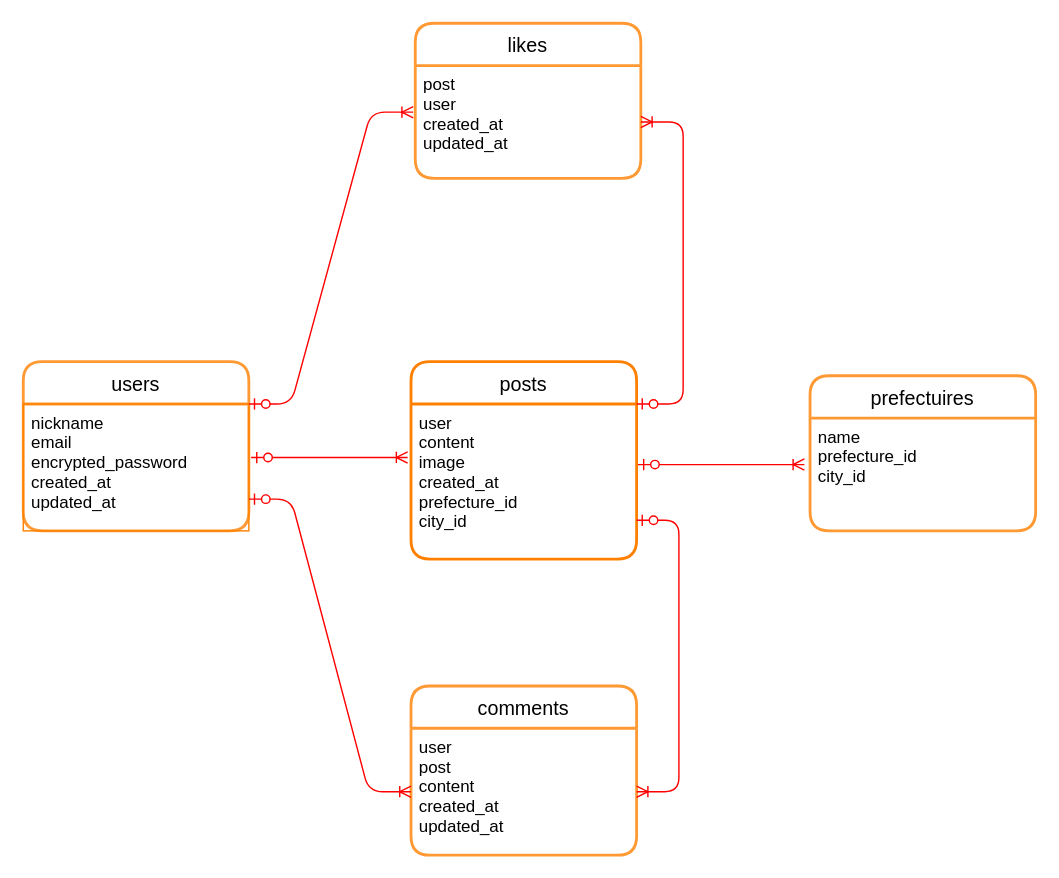
Above: making_memories.dio in Kawase-Ryo/making_memories (draw.io), before the change. Source tidied: cells renumbered, new cells numbered last; positions are measured from the earlier drawing's top-left corner, leaving out a move shared by most shapes. Both pictures are drawn from the tidied source at 141%, with x=0, y=0 at pixel (23, 23).
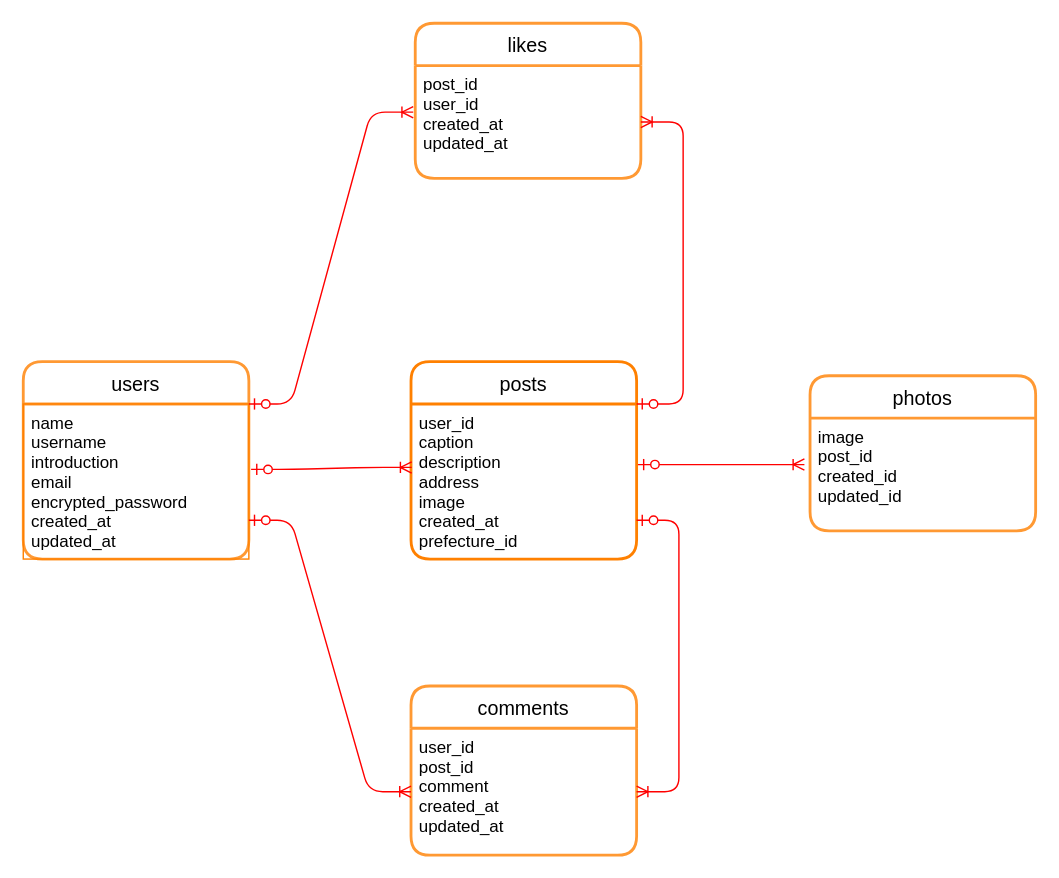
The same page after the edit.

What changed in the source:
```diff
@@
 <mxGraphModel>
   <root>
     <mxCell id="0" />
     <mxCell id="1" parent="0" />
     <mxCell id="2" value="users" style="swimlane;horizontal=1;startSize=30;rounded=1;fontSize=14;fontStyle=0;strokeWidth=2;shadow=0;dashed=0;align=center;strokeColor=#FF9933;" parent="1" vertex="1">
-      <mxGeometry y="240" width="160" height="120" as="geometry" />
+      <mxGeometry y="240" width="160" height="140" as="geometry" />
     </mxCell>
-    <mxCell id="3" value="nickname&#10;email&#10;encrypted_password&#10;created_at&#10;updated_at&#10;" style="align=left;strokeColor=#FF8000;fillColor=none;spacingLeft=4;fontSize=12;verticalAlign=top;" parent="2" vertex="1">
-      <mxGeometry y="30" width="160" height="90" as="geometry" />
+    <mxCell id="3" value="name&#10;username&#10;introduction&#10;email&#10;encrypted_password&#10;created_at&#10;updated_at&#10;" style="align=left;strokeColor=#FF8000;fillColor=none;spacingLeft=4;fontSize=12;verticalAlign=top;" parent="2" vertex="1">
+      <mxGeometry y="30" width="160" height="110" as="geometry" />
     </mxCell>
     <mxCell id="4" value="posts" style="swimlane;horizontal=1;startSize=30;rounded=1;fontSize=14;fontStyle=0;strokeWidth=2;shadow=0;dashed=0;align=center;strokeColor=#FF8000;" parent="1" vertex="1">
       <mxGeometry x="275" y="240" width="160" height="140" as="geometry" />
     </mxCell>
-    <mxCell id="5" value="user&#10;content&#10;image&#10;created_at&#10;prefecture_id&#10;city_id" style="align=left;strokeColor=none;fillColor=none;spacingLeft=4;fontSize=12;verticalAlign=top;" parent="4" vertex="1">
+    <mxCell id="5" value="user_id&#10;caption&#10;description&#10;address&#10;image&#10;created_at&#10;prefecture_id" style="align=left;strokeColor=none;fillColor=none;spacingLeft=4;fontSize=12;verticalAlign=top;" parent="4" vertex="1">
       <mxGeometry y="30" width="160" height="110" as="geometry" />
     </mxCell>
     <mxCell id="6" value="likes" style="swimlane;horizontal=1;startSize=30;rounded=1;fontSize=14;fontStyle=0;strokeWidth=2;shadow=0;dashed=0;align=center;strokeColor=#FF9933;" parent="1" vertex="1">
       <mxGeometry x="278" width="160" height="110" as="geometry" />
     </mxCell>
-    <mxCell id="7" value="post&#10;user&#10;created_at&#10;updated_at" style="align=left;strokeColor=none;fillColor=none;spacingLeft=4;fontSize=12;verticalAlign=top;" parent="6" vertex="1">
+    <mxCell id="7" value="post_id&#10;user_id&#10;created_at&#10;updated_at" style="align=left;strokeColor=none;fillColor=none;spacingLeft=4;fontSize=12;verticalAlign=top;" parent="6" vertex="1">
       <mxGeometry y="30" width="160" height="80" as="geometry" />
     </mxCell>
     <mxCell id="8" value="comments" style="swimlane;horizontal=1;startSize=30;rounded=1;fontSize=14;fontStyle=0;strokeWidth=2;shadow=0;dashed=0;align=center;strokeColor=#FF9933;" parent="1" vertex="1">
       <mxGeometry x="275" y="470" width="160" height="120" as="geometry" />
     </mxCell>
-    <mxCell id="9" value="user&#10;post&#10;content&#10;created_at&#10;updated_at" style="align=left;strokeColor=none;fillColor=none;spacingLeft=4;fontSize=12;verticalAlign=top;" parent="8" vertex="1">
+    <mxCell id="9" value="user_id&#10;post_id&#10;comment&#10;created_at&#10;updated_at" style="align=left;strokeColor=none;fillColor=none;spacingLeft=4;fontSize=12;verticalAlign=top;" parent="8" vertex="1">
       <mxGeometry y="30" width="160" height="90" as="geometry" />
     </mxCell>
-    <mxCell id="10" value="prefectuires" style="swimlane;horizontal=1;startSize=30;rounded=1;fontSize=14;fontStyle=0;strokeWidth=2;shadow=0;dashed=0;align=center;strokeColor=#FF9933;" parent="1" vertex="1">
+    <mxCell id="10" value="photos" style="swimlane;horizontal=1;startSize=30;rounded=1;fontSize=14;fontStyle=0;strokeWidth=2;shadow=0;dashed=0;align=center;strokeColor=#FF9933;" parent="1" vertex="1">
       <mxGeometry x="558" y="250" width="160" height="110" as="geometry" />
     </mxCell>
-    <mxCell id="11" value="name&#10;prefecture_id&#10;city_id" style="align=left;strokeColor=none;fillColor=none;spacingLeft=4;fontSize=12;verticalAlign=top;" parent="10" vertex="1">
+    <mxCell id="11" value="image&#10;post_id&#10;created_id&#10;updated_id" style="align=left;strokeColor=none;fillColor=none;spacingLeft=4;fontSize=12;verticalAlign=top;" parent="10" vertex="1">
       <mxGeometry y="30" width="160" height="80" as="geometry" />
     </mxCell>
-    <mxCell id="12" style="edgeStyle=entityRelationEdgeStyle;fontSize=12;html=1;endArrow=ERoneToMany;startArrow=ERzeroToOne;exitX=1.01;exitY=0.422;exitDx=0;exitDy=0;exitPerimeter=0;entryX=-0.015;entryY=0.345;entryDx=0;entryDy=0;entryPerimeter=0;strokeColor=#FF0000;" parent="1" edge="1" source="3" target="5">
+    <mxCell id="12" style="edgeStyle=entityRelationEdgeStyle;fontSize=12;html=1;endArrow=ERoneToMany;startArrow=ERzeroToOne;exitX=1.01;exitY=0.422;exitDx=0;exitDy=0;exitPerimeter=0;strokeColor=#FF0000;entryX=0.003;entryY=0.409;entryDx=0;entryDy=0;entryPerimeter=0;" parent="1" edge="1" source="3" target="5">
       <mxGeometry relative="1" as="geometry" />
     </mxCell>
     <mxCell id="13" style="edgeStyle=entityRelationEdgeStyle;fontSize=12;html=1;endArrow=ERoneToMany;startArrow=ERzeroToOne;entryX=-0.009;entryY=0.413;entryDx=0;entryDy=0;entryPerimeter=0;strokeColor=#FF0000;exitX=1;exitY=0;exitDx=0;exitDy=0;" parent="1" edge="1" source="3" target="7">
       <mxGeometry relative="1" as="geometry" />
     </mxCell>
     <mxCell id="14" style="edgeStyle=entityRelationEdgeStyle;fontSize=12;html=1;endArrow=ERoneToMany;startArrow=ERzeroToOne;strokeColor=#FF0000;entryX=0;entryY=0.5;entryDx=0;entryDy=0;exitX=1;exitY=0.75;exitDx=0;exitDy=0;" parent="1" edge="1" source="3" target="9">
       <mxGeometry relative="1" as="geometry" />
     </mxCell>
     <mxCell id="15" style="edgeStyle=entityRelationEdgeStyle;fontSize=12;html=1;endArrow=ERoneToMany;startArrow=ERzeroToOne;strokeColor=#FF0000;exitX=0.956;exitY=0.391;exitDx=0;exitDy=0;exitPerimeter=0;" parent="1" edge="1">
       <mxGeometry relative="1" as="geometry">
         <mxPoint x="436" y="313" as="sourcePoint" />
         <mxPoint x="554" y="313" as="targetPoint" />
       </mxGeometry>
     </mxCell>
     <mxCell id="16" style="edgeStyle=entityRelationEdgeStyle;fontSize=12;html=1;endArrow=ERoneToMany;startArrow=ERzeroToOne;strokeColor=#FF0000;exitX=1;exitY=0.75;exitDx=0;exitDy=0;entryX=1;entryY=0.5;entryDx=0;entryDy=0;" parent="1" edge="1" source="5" target="9">
       <mxGeometry relative="1" as="geometry" />
     </mxCell>
     <mxCell id="17" style="edgeStyle=entityRelationEdgeStyle;fontSize=12;html=1;endArrow=ERoneToMany;startArrow=ERzeroToOne;strokeColor=#FF0000;exitX=1;exitY=0;exitDx=0;exitDy=0;" parent="1" edge="1" source="5" target="7">
       <mxGeometry relative="1" as="geometry" />
     </mxCell>
   </root>
 </mxGraphModel>
```
